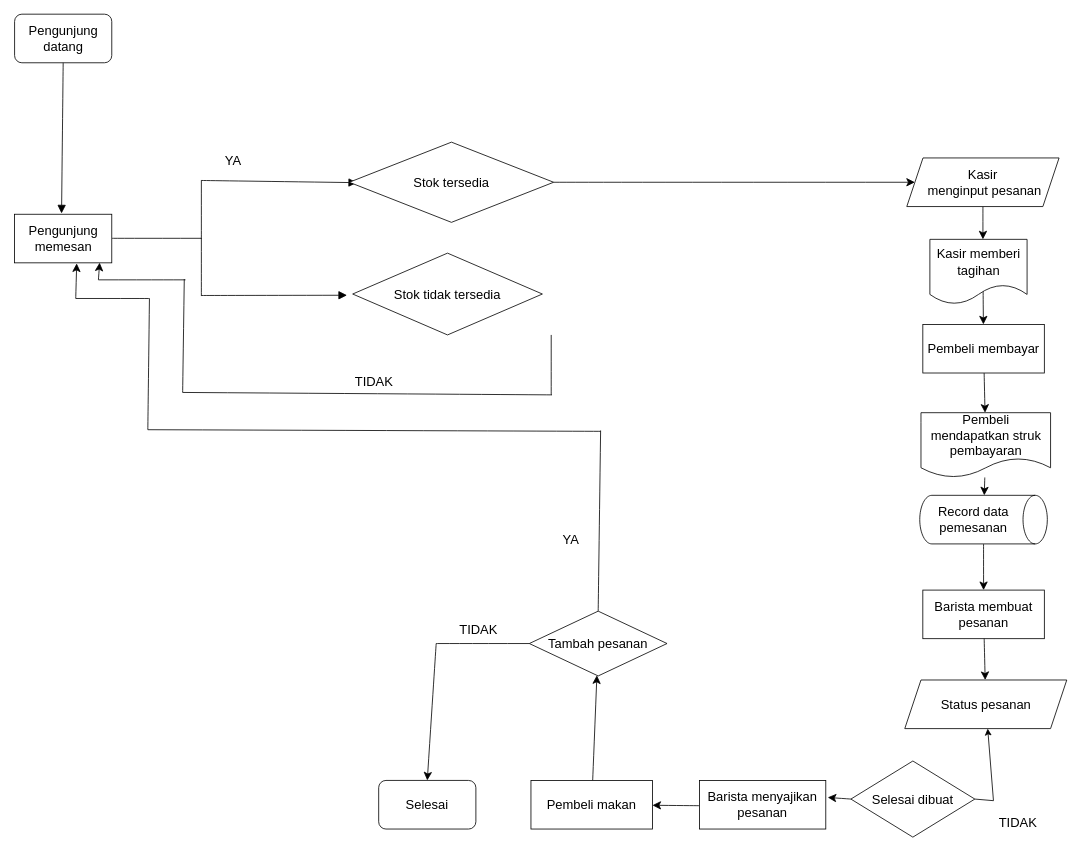
The draw.io diagram Diagram Tanpa Judul.drawio in lunar-archive/PPDB, before the edit. Source tidied: cells renumbered, new cells numbered last; positions are measured from the earlier drawing's top-left corner, leaving out a move shared by most shapes. Both pictures are drawn from the tidied source at 81%, with x=0, y=0 at pixel (15, 14).
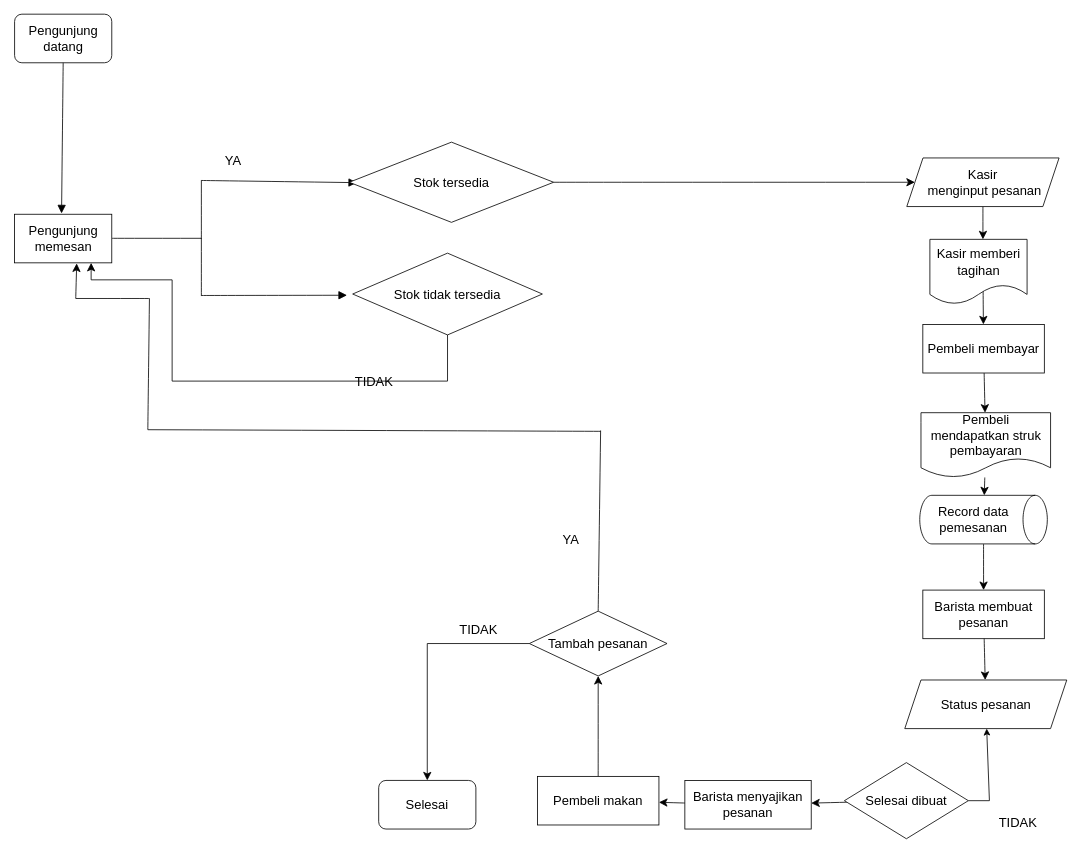
Above is the later version.

Unchanged cells that the change refers to:
```xml
<mxCell id="3" value="Pengunjung&lt;br&gt;memesan" style="rounded=0;whiteSpace=wrap;html=1;fontSize=16;" parent="1" vertex="1">
  <mxGeometry x="-0.5" y="247" width="120" height="60" as="geometry" />
</mxCell>
<mxCell id="9" value="Status pesanan" style="shape=parallelogram;perimeter=parallelogramPerimeter;whiteSpace=wrap;html=1;fixedSize=1;fontSize=16;" parent="1" vertex="1">
  <mxGeometry x="1098.5" y="822" width="200" height="60" as="geometry" />
</mxCell>
<mxCell id="16" value="Tambah pesanan" style="rhombus;whiteSpace=wrap;html=1;fontSize=16;rounded=0;" parent="1" vertex="1">
  <mxGeometry x="635" y="737" width="170" height="80" as="geometry" />
</mxCell>
<mxCell id="24" value="Stok tidak tersedia" style="rhombus;whiteSpace=wrap;html=1;fontSize=16;" parent="17" vertex="1">
  <mxGeometry x="296.9" y="137" width="234.2" height="101" as="geometry" />
</mxCell>
<mxCell id="26" value="Selesai" style="rounded=1;whiteSpace=wrap;html=1;fontSize=16;" parent="1" vertex="1">
  <mxGeometry x="449" y="946" width="120" height="60" as="geometry" />
</mxCell>
```

What changed in the source:
```diff
@@
-    <mxCell id="11" style="edgeStyle=none;curved=1;rounded=0;jettySize=auto;html=1;fontSize=12;startSize=8;endSize=8;entryX=0.99;entryY=0.362;entryDx=0;entryDy=0;entryPerimeter=0;exitX=0;exitY=0.5;exitDx=0;exitDy=0;" parent="1" edge="1" source="12">
-      <mxGeometry relative="1" as="geometry">
-        <mxPoint x="1003.4" y="967" as="targetPoint" />
-      </mxGeometry>
-    </mxCell>
+    <mxCell id="53" style="edgeStyle=none;curved=1;rounded=0;jettySize=auto;html=1;fontSize=12;startSize=8;endSize=8;" parent="1" edge="1" source="12" target="52">
+      <mxGeometry relative="1" as="geometry" />
+    </mxCell>
     <mxCell id="12" value="Selesai dibuat" style="rhombus;whiteSpace=wrap;html=1;fontSize=16;" parent="1" vertex="1">
-      <mxGeometry x="1032" y="922" width="153" height="94" as="geometry" />
+      <mxGeometry x="1024" y="924" width="153" height="94" as="geometry" />
     </mxCell>
-    <mxCell id="13" style="edgeStyle=none;curved=1;rounded=0;jettySize=auto;html=1;fontSize=12;startSize=8;endSize=8;" parent="1" edge="1" target="15">
-      <mxGeometry relative="1" as="geometry">
-        <mxPoint x="845" y="977.2" as="sourcePoint" />
-      </mxGeometry>
-    </mxCell>
@@
     <mxCell id="15" value="Pembeli makan" style="rounded=0;whiteSpace=wrap;html=1;fontSize=16;" parent="1" vertex="1">
-      <mxGeometry x="637" y="946" width="150" height="60" as="geometry" />
+      <mxGeometry x="645" y="941" width="150" height="60" as="geometry" />
     </mxCell>
+    <mxCell id="54" style="edgeStyle=orthogonalEdgeStyle;rounded=0;jettySize=auto;html=1;fontSize=12;startSize=8;endSize=8;" parent="1" edge="1" source="16" target="26">
+      <mxGeometry relative="1" as="geometry" />
+    </mxCell>
@@
-    <mxCell id="27" style="endArrow=classic;html=1;rounded=0;fontSize=12;startSize=8;endSize=8;curved=1;entryX=0.5;entryY=0;entryDx=0;entryDy=0;" parent="1" edge="1" target="26">
-      <mxGeometry relative="1" as="geometry">
-        <mxPoint x="520" y="777" as="sourcePoint" />
-      </mxGeometry>
-    </mxCell>
-    <mxCell id="28" style="endArrow=none;html=1;rounded=0;fontSize=12;startSize=8;endSize=8;curved=1;entryX=0;entryY=0.5;entryDx=0;entryDy=0;" parent="1" edge="1" target="16">
-      <mxGeometry relative="1" as="geometry">
-        <mxPoint x="520" y="777" as="sourcePoint" />
-      </mxGeometry>
-    </mxCell>
@@
-    <mxCell id="35" style="endArrow=none;html=1;rounded=0;fontSize=12;startSize=8;endSize=8;curved=1;" parent="1" edge="1">
-      <mxGeometry relative="1" as="geometry">
-        <mxPoint x="662" y="470" as="sourcePoint" />
-        <mxPoint x="662" y="396" as="targetPoint" />
-      </mxGeometry>
-    </mxCell>
-    <mxCell id="36" style="endArrow=none;html=1;rounded=0;fontSize=12;startSize=8;endSize=8;curved=1;" parent="1" edge="1">
-      <mxGeometry relative="1" as="geometry">
-        <mxPoint x="663" y="470" as="sourcePoint" />
-        <mxPoint x="207" y="467" as="targetPoint" />
-      </mxGeometry>
-    </mxCell>
-    <mxCell id="37" style="endArrow=none;html=1;rounded=0;fontSize=12;startSize=8;endSize=8;curved=1;" parent="1" edge="1">
-      <mxGeometry relative="1" as="geometry">
-        <mxPoint x="207" y="467" as="sourcePoint" />
-        <mxPoint x="209" y="327" as="targetPoint" />
-      </mxGeometry>
-    </mxCell>
-    <mxCell id="38" style="endArrow=none;html=1;rounded=0;fontSize=12;startSize=8;endSize=8;curved=1;" parent="1" edge="1">
-      <mxGeometry relative="1" as="geometry">
-        <mxPoint x="210.5" y="328" as="sourcePoint" />
-        <mxPoint x="103" y="328" as="targetPoint" />
-      </mxGeometry>
-    </mxCell>
-    <mxCell id="39" style="endArrow=classic;html=1;rounded=0;fontSize=12;startSize=8;endSize=8;curved=1;entryX=0.875;entryY=0.996;entryDx=0;entryDy=0;entryPerimeter=0;" parent="1" edge="1" target="3">
-      <mxGeometry relative="1" as="geometry">
-        <mxPoint x="103" y="328" as="sourcePoint" />
-      </mxGeometry>
-    </mxCell>
@@
     <mxCell id="51" style="endArrow=classic;html=1;rounded=0;fontSize=12;curved=0;exitX=1;exitY=0.5;exitDx=0;exitDy=0;" parent="1" edge="1" source="12" target="9">
       <mxGeometry relative="1" as="geometry">
         <Array as="points">
-          <mxPoint x="1208" y="971" />
+          <mxPoint x="1203" y="971" />
         </Array>
       </mxGeometry>
     </mxCell>
+    <mxCell id="55" style="edgeStyle=none;curved=1;rounded=0;jettySize=auto;html=1;fontSize=12;startSize=8;endSize=8;" parent="1" edge="1" source="52" target="15">
+      <mxGeometry relative="1" as="geometry" />
+    </mxCell>
     <mxCell id="52" value="Barista menyajikan pesanan" style="rounded=0;whiteSpace=wrap;html=1;fontSize=16;" parent="1" vertex="1">
-      <mxGeometry x="845" y="946" width="156" height="60" as="geometry" />
+      <mxGeometry x="827" y="946" width="156" height="60" as="geometry" />
     </mxCell>
+    <mxCell id="56" style="edgeStyle=orthogonalEdgeStyle;rounded=0;jettySize=auto;html=1;fontSize=12;startSize=8;endSize=8;" parent="1" edge="1" source="24" target="3">
+      <mxGeometry relative="1" as="geometry">
+        <Array as="points">
+          <mxPoint x="534" y="453" />
+          <mxPoint x="194" y="453" />
+          <mxPoint x="194" y="328" />
+          <mxPoint x="94" y="328" />
+        </Array>
+      </mxGeometry>
+    </mxCell>
```
